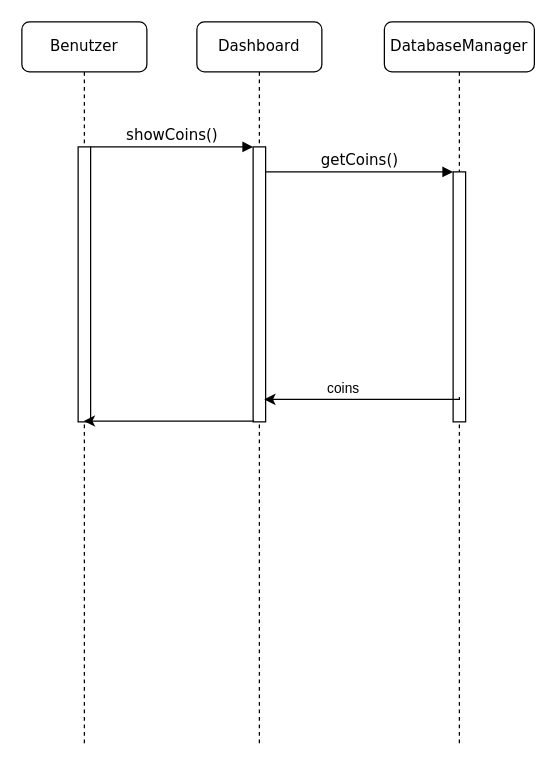
Before: docs/UML/UML-Sequenz-showCoins.drawio in Lucas-Klein1/CryptoBroker, a draw.io diagram. Source tidied: cells renumbered, new cells numbered last; positions are measured from the earlier drawing's top-left corner, leaving out a move shared by most shapes. Both pictures are drawn from the tidied source at 125%, with x=0, y=0 at pixel (21, 21).
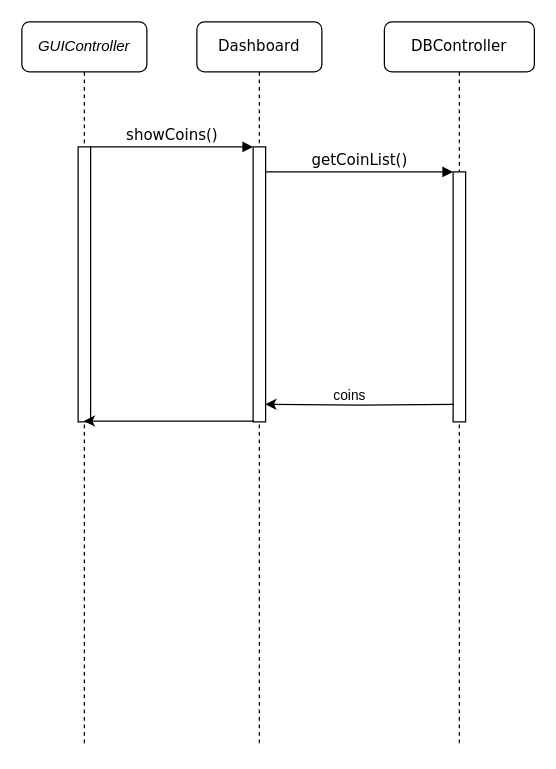
The same diagram, later.

What changed in the source:
```diff
@@
 <mxGraphModel>
   <root>
     <mxCell id="0" />
     <mxCell id="1" parent="0" />
     <mxCell id="2" value="Dashboard" style="shape=umlLifeline;perimeter=lifelinePerimeter;whiteSpace=wrap;html=1;rounded=1;shadow=0;comic=0;labelBackgroundColor=none;strokeWidth=1;fontFamily=Verdana;fontSize=12;align=center;" parent="1" vertex="1">
       <mxGeometry x="140" width="100" height="580" as="geometry" />
     </mxCell>
     <mxCell id="3" style="html=1;points=[];perimeter=orthogonalPerimeter;rounded=0;shadow=0;comic=0;labelBackgroundColor=none;strokeWidth=1;fontFamily=Verdana;fontSize=12;align=center;" parent="2" vertex="1">
       <mxGeometry x="45" y="100" width="10" height="220" as="geometry" />
     </mxCell>
-    <mxCell id="4" value="DatabaseManager" style="shape=umlLifeline;perimeter=lifelinePerimeter;whiteSpace=wrap;html=1;rounded=1;shadow=0;comic=0;labelBackgroundColor=none;strokeWidth=1;fontFamily=Verdana;fontSize=12;align=center;" parent="1" vertex="1">
+    <mxCell id="4" value="DBController" style="shape=umlLifeline;perimeter=lifelinePerimeter;whiteSpace=wrap;html=1;rounded=1;shadow=0;comic=0;labelBackgroundColor=none;strokeWidth=1;fontFamily=Verdana;fontSize=12;align=center;" parent="1" vertex="1">
       <mxGeometry x="290" width="120" height="580" as="geometry" />
     </mxCell>
     <mxCell id="5" style="html=1;points=[];perimeter=orthogonalPerimeter;rounded=0;shadow=0;comic=0;labelBackgroundColor=none;strokeWidth=1;fontFamily=Verdana;fontSize=12;align=center;" parent="4" vertex="1">
       <mxGeometry x="55" y="120" width="10" height="200" as="geometry" />
     </mxCell>
-    <mxCell id="6" value="Benutzer" style="shape=umlLifeline;perimeter=lifelinePerimeter;whiteSpace=wrap;html=1;outlineConnect=0;rounded=1;shadow=0;comic=0;labelBackgroundColor=none;strokeWidth=1;fontFamily=Verdana;fontSize=12;align=center;" parent="1" vertex="1">
+    <mxCell id="6" value="&lt;span style=&quot;font-family: Helvetica; font-style: italic; text-wrap-mode: nowrap;&quot;&gt;GUIController&lt;/span&gt;" style="shape=umlLifeline;perimeter=lifelinePerimeter;whiteSpace=wrap;html=1;outlineConnect=0;rounded=1;shadow=0;comic=0;labelBackgroundColor=none;strokeWidth=1;fontFamily=Verdana;fontSize=12;align=center;" parent="1" vertex="1">
       <mxGeometry width="100" height="580" as="geometry" />
     </mxCell>
     <mxCell id="7" style="html=1;points=[];perimeter=orthogonalPerimeter;rounded=0;shadow=0;comic=0;labelBackgroundColor=none;strokeWidth=1;fontFamily=Verdana;fontSize=12;align=center;" parent="6" vertex="1">
       <mxGeometry x="45" y="100" width="10" height="220" as="geometry" />
     </mxCell>
     <mxCell id="8" value="showCoins()" style="html=1;verticalAlign=bottom;endArrow=block;entryX=0;entryY=0;labelBackgroundColor=none;fontFamily=Verdana;fontSize=12;edgeStyle=elbowEdgeStyle;elbow=vertical;" parent="1" edge="1" source="7" target="3">
       <mxGeometry relative="1" as="geometry" />
     </mxCell>
-    <mxCell id="9" value="getCoins()" style="html=1;verticalAlign=bottom;endArrow=block;entryX=0;entryY=0;labelBackgroundColor=none;fontFamily=Verdana;fontSize=12;edgeStyle=elbowEdgeStyle;elbow=vertical;" parent="1" edge="1" source="3" target="5">
+    <mxCell id="9" value="getCoinList&lt;span style=&quot;background-color: transparent; color: light-dark(rgb(0, 0, 0), rgb(255, 255, 255));&quot;&gt;()&lt;/span&gt;" style="html=1;verticalAlign=bottom;endArrow=block;entryX=0;entryY=0;labelBackgroundColor=none;fontFamily=Verdana;fontSize=12;edgeStyle=elbowEdgeStyle;elbow=vertical;" parent="1" edge="1" source="3" target="5">
       <mxGeometry relative="1" as="geometry" />
     </mxCell>
-    <mxCell id="10" style="edgeStyle=orthogonalEdgeStyle;rounded=0;orthogonalLoop=1;jettySize=auto;html=1;entryX=0.887;entryY=0.918;entryDx=0;entryDy=0;entryPerimeter=0;" parent="1" edge="1">
-      <mxGeometry relative="1" as="geometry">
-        <mxPoint x="350" y="300" as="sourcePoint" />
-        <mxPoint x="193.9" y="302" as="targetPoint" />
-        <Array as="points">
-          <mxPoint x="350" y="302" />
-        </Array>
-      </mxGeometry>
-    </mxCell>
+    <mxCell id="12" style="endArrow=classic;html=1;rounded=0;exitX=0.086;exitY=0.997;exitDx=0;exitDy=0;exitPerimeter=0;" parent="1" edge="1" source="3" target="6">
+      <mxGeometry relative="1" as="geometry" />
+    </mxCell>
+    <mxCell id="13" style="edgeStyle=orthogonalEdgeStyle;rounded=0;orthogonalLoop=1;jettySize=auto;html=1;entryX=0.967;entryY=0.545;entryDx=0;entryDy=0;entryPerimeter=0;" parent="1" edge="1">
+      <mxGeometry relative="1" as="geometry">
+        <mxPoint x="345" y="306" as="sourcePoint" />
+        <mxPoint x="194.7" y="305.9" as="targetPoint" />
+      </mxGeometry>
+    </mxCell>
-    <mxCell id="11" value="coins" style="edgeLabel;html=1;align=center;verticalAlign=middle;" parent="10" vertex="1">
-      <mxGeometry x="0.21" relative="1" as="geometry">
-        <mxPoint y="-10" as="offset" />
+    <mxCell id="11" value="coins" style="edgeLabel;html=1;align=center;verticalAlign=middle;" parent="13" vertex="1">
+      <mxGeometry x="0.12" y="-1" relative="1" as="geometry">
+        <mxPoint y="-7" as="offset" />
       </mxGeometry>
     </mxCell>
-    <mxCell id="12" style="endArrow=classic;html=1;rounded=0;exitX=0.086;exitY=0.997;exitDx=0;exitDy=0;exitPerimeter=0;" parent="1" edge="1" source="3" target="6">
-      <mxGeometry relative="1" as="geometry" />
-    </mxCell>
   </root>
 </mxGraphModel>
```
